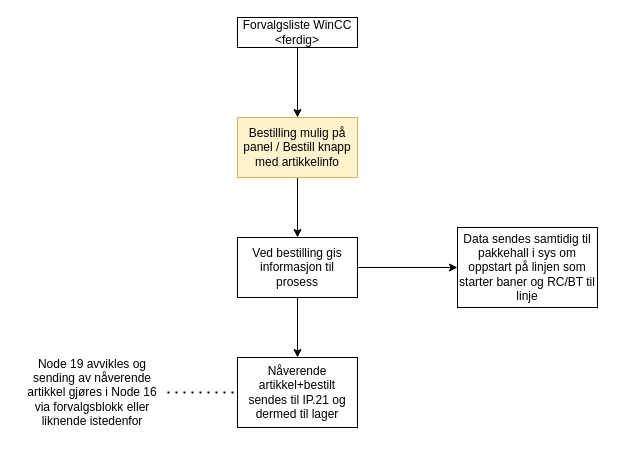
Earlier version of the draw.io diagram BAW Sys.drawio (warben0/DrawIOStorage). Source tidied: cells renumbered, new cells numbered last; positions are measured from the earlier drawing's top-left corner, leaving out a move shared by most shapes. Both pictures are drawn from the tidied source at 100%, with x=0, y=0 at pixel (17, 17).
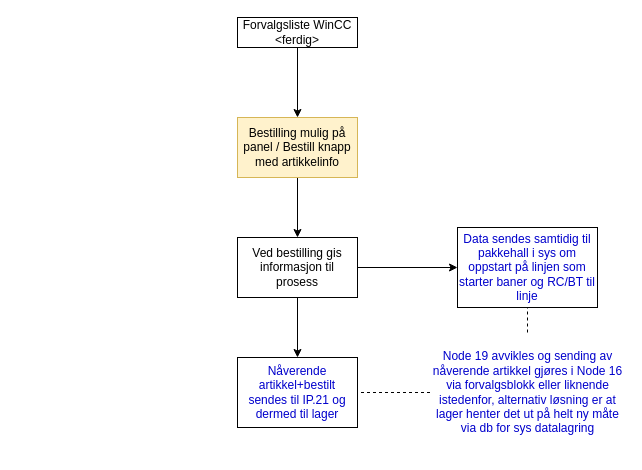
Above is the later version.

Change to the diagram source:
```diff
@@
 <mxGraphModel>
   <root>
     <mxCell id="0" />
     <mxCell id="1" parent="0" />
     <mxCell id="2" style="edgeStyle=orthogonalEdgeStyle;rounded=0;jettySize=auto;html=1;exitX=0.5;exitY=1;exitDx=0;exitDy=0;entryX=0.5;entryY=0;entryDx=0;entryDy=0;" parent="1" edge="1" source="3" target="5">
       <mxGeometry relative="1" as="geometry" />
     </mxCell>
     <mxCell id="3" value="Forvalgsliste WinCC&lt;br&gt;&amp;lt;ferdig&amp;gt;" style="rounded=0;whiteSpace=wrap;html=1;" parent="1" vertex="1">
       <mxGeometry x="220" width="120" height="30" as="geometry" />
     </mxCell>
     <mxCell id="4" style="edgeStyle=orthogonalEdgeStyle;rounded=0;jettySize=auto;html=1;exitX=0.5;exitY=1;exitDx=0;exitDy=0;entryX=0.5;entryY=0;entryDx=0;entryDy=0;" parent="1" edge="1" source="5" target="8">
       <mxGeometry relative="1" as="geometry" />
     </mxCell>
     <mxCell id="5" value="Bestilling mulig på panel / Bestill knapp med artikkelinfo" style="rounded=0;whiteSpace=wrap;html=1;fillColor=#fff2cc;strokeColor=#d6b656;" parent="1" vertex="1">
       <mxGeometry x="220" y="100" width="120" height="60" as="geometry" />
     </mxCell>
     <mxCell id="6" style="edgeStyle=orthogonalEdgeStyle;rounded=0;jettySize=auto;html=1;exitX=0.5;exitY=1;exitDx=0;exitDy=0;entryX=0.5;entryY=0;entryDx=0;entryDy=0;" parent="1" edge="1" source="8" target="9">
       <mxGeometry relative="1" as="geometry" />
     </mxCell>
     <mxCell id="7" style="edgeStyle=orthogonalEdgeStyle;rounded=0;jettySize=auto;html=1;exitX=1;exitY=0.5;exitDx=0;exitDy=0;entryX=0;entryY=0.5;entryDx=0;entryDy=0;" parent="1" edge="1" source="8" target="12">
       <mxGeometry relative="1" as="geometry" />
     </mxCell>
     <mxCell id="8" value="Ved bestilling gis informasjon til prosess" style="rounded=0;whiteSpace=wrap;html=1;" parent="1" vertex="1">
       <mxGeometry x="220" y="220" width="120" height="60" as="geometry" />
     </mxCell>
-    <mxCell id="9" value="Nåverende artikkel+bestilt sendes til IP.21 og dermed til lager" style="rounded=0;whiteSpace=wrap;html=1;" parent="1" vertex="1">
+    <mxCell id="9" value="Nåverende artikkel+bestilt sendes til IP.21 og dermed til lager" style="rounded=0;whiteSpace=wrap;html=1;fontColor=#0000cc;" parent="1" vertex="1">
       <mxGeometry x="220" y="340" width="120" height="70" as="geometry" />
     </mxCell>
+    <mxCell id="13" style="edgeStyle=orthogonalEdgeStyle;rounded=0;jettySize=auto;html=1;exitX=0.5;exitY=0;exitDx=0;exitDy=0;entryX=0.5;entryY=1;entryDx=0;entryDy=0;dashed=1;endArrow=none;endFill=0;" parent="1" edge="1" source="11" target="12">
+      <mxGeometry relative="1" as="geometry" />
+    </mxCell>
-    <mxCell id="10" style="endArrow=none;dashed=1;html=1;dashPattern=1 3;strokeWidth=2;rounded=0;entryX=0;entryY=0.5;entryDx=0;entryDy=0;exitX=1;exitY=0.5;exitDx=0;exitDy=0;" parent="1" edge="1" source="11" target="9">
+    <mxCell id="10" style="edgeStyle=orthogonalEdgeStyle;rounded=0;jettySize=auto;html=1;exitX=0;exitY=0.5;exitDx=0;exitDy=0;entryX=1;entryY=0.5;entryDx=0;entryDy=0;dashed=1;endArrow=none;endFill=0;" parent="1" edge="1" source="11" target="9">
       <mxGeometry relative="1" as="geometry" />
     </mxCell>
-    <mxCell id="11" value="Node 19 avvikles og sending av nåverende artikkel gjøres i Node 16 via forvalgsblokk eller liknende istedenfor" style="text;html=1;align=center;verticalAlign=middle;whiteSpace=wrap;rounded=0;" parent="1" vertex="1">
-      <mxGeometry y="330" width="150" height="90" as="geometry" />
+    <mxCell id="11" value="Node 19 avvikles og sending av nåverende artikkel gjøres i Node 16 via forvalgsblokk eller liknende istedenfor, alternativ løsning er at lager henter det ut på helt ny måte via db for sys datalagring" style="text;html=1;align=center;verticalAlign=middle;whiteSpace=wrap;rounded=0;fontColor=#0000cc;" parent="1" vertex="1">
+      <mxGeometry x="412.5" y="315" width="195" height="120" as="geometry" />
     </mxCell>
-    <mxCell id="12" value="Data sendes samtidig til pakkehall i sys om oppstart på linjen som starter baner og RC/BT til linje" style="rounded=0;whiteSpace=wrap;html=1;" parent="1" vertex="1">
+    <mxCell id="12" value="Data sendes samtidig til pakkehall i sys om oppstart på linjen som starter baner og RC/BT til linje" style="rounded=0;whiteSpace=wrap;html=1;fontColor=#0000CC;" parent="1" vertex="1">
       <mxGeometry x="440" y="210" width="140" height="80" as="geometry" />
     </mxCell>
   </root>
 </mxGraphModel>
```
